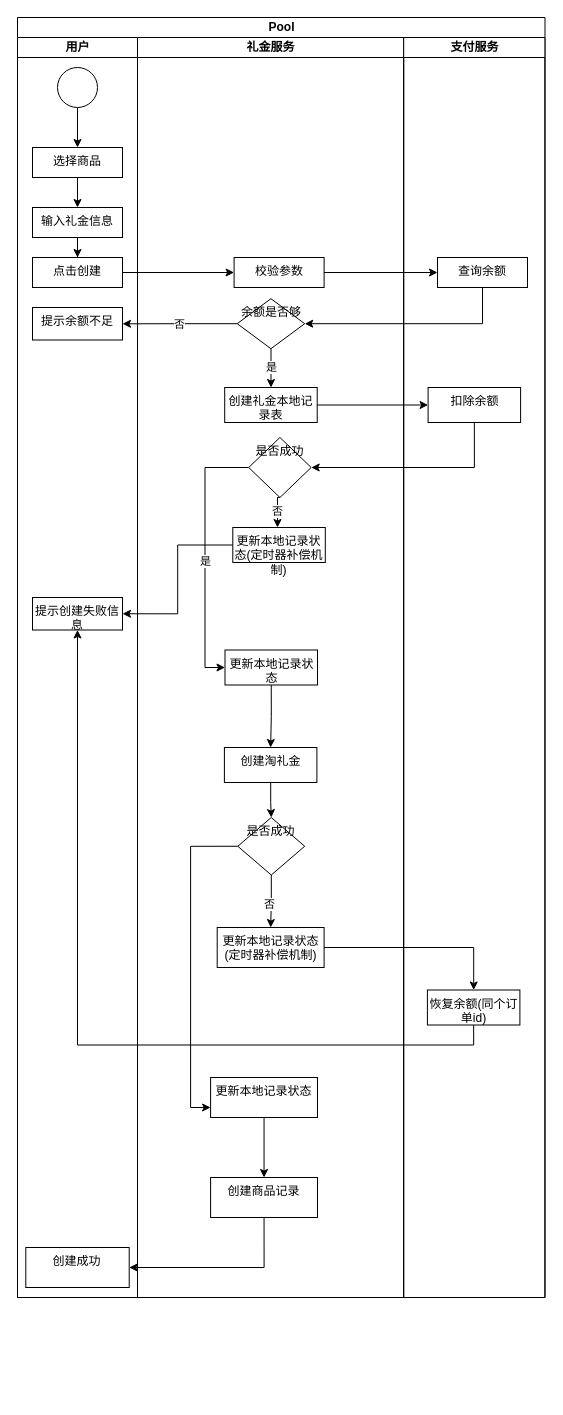
This is miyuan/礼金创建流程第二版.drawio from smallleaf/draw.io, a draw.io file, before an edit. Source tidied: cells renumbered, new cells numbered last; positions are measured from the earlier drawing's top-left corner, leaving out a move shared by most shapes. Both pictures are drawn from the tidied source at 100%, with x=0, y=0 at pixel (17, 17).
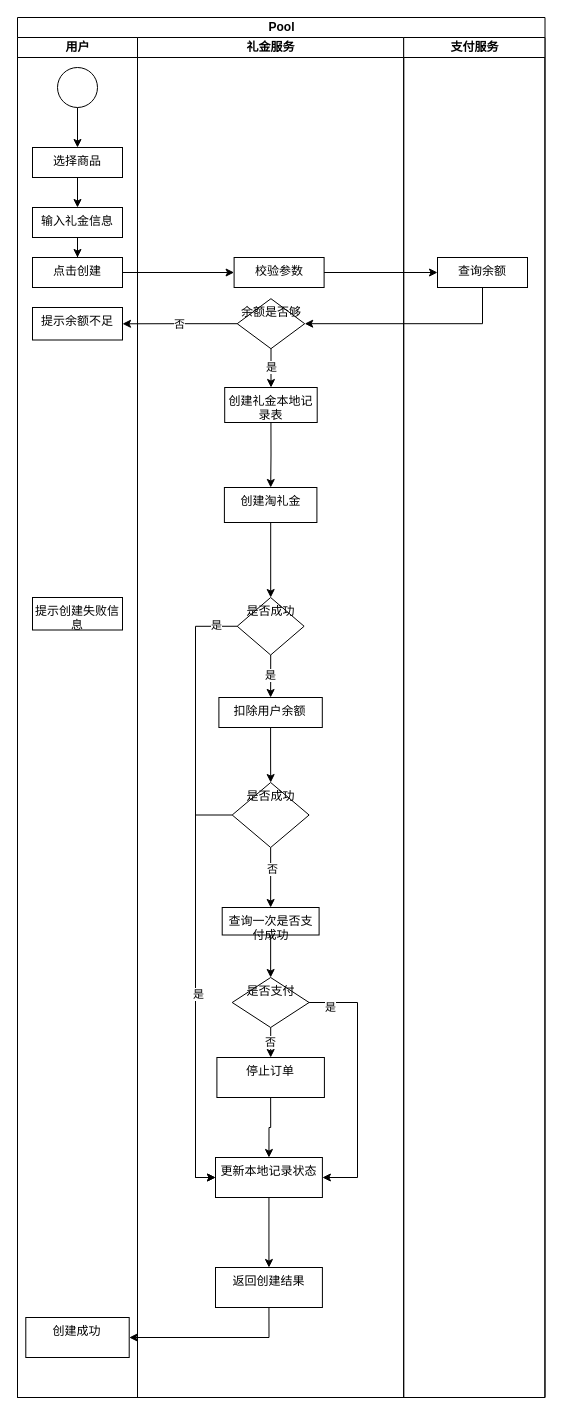
After the change.

Commit message:
更新礼金创建流程第二版.drawio

Unchanged cells that the change refers to:
```xml
<mxCell id="12" value="提示创建失败信息" style="whiteSpace=wrap;html=1;verticalAlign=top;" parent="3" vertex="1">
  <mxGeometry x="15" y="560" width="90" height="32.5" as="geometry" />
</mxCell>
<mxCell id="18" value="创建礼金本地记录表" style="whiteSpace=wrap;html=1;verticalAlign=top;" parent="14" vertex="1">
  <mxGeometry x="87.2" y="350" width="92.5" height="35" as="geometry" />
</mxCell>
```

Diff of the diagram source:
```diff
@@
     <mxCell id="2" value="Pool" style="swimlane;startSize=20;html=1;" parent="1" vertex="1">
-      <mxGeometry width="527.5" height="1280" as="geometry" />
+      <mxGeometry width="527.5" height="1380" as="geometry" />
     </mxCell>
     <mxCell id="3" value="用户" style="swimlane;startSize=20;html=1;" parent="2" vertex="1">
-      <mxGeometry y="20" width="120" height="1260" as="geometry" />
+      <mxGeometry y="20" width="120" height="1360" as="geometry" />
     </mxCell>
@@
     <mxCell id="13" value="创建成功" style="whiteSpace=wrap;html=1;verticalAlign=top;" parent="3" vertex="1">
-      <mxGeometry x="8.3" y="1210" width="103.4" height="40" as="geometry" />
+      <mxGeometry x="8.3" y="1280" width="103.4" height="40" as="geometry" />
     </mxCell>
     <mxCell id="14" value="礼金服务" style="swimlane;startSize=20;html=1;" parent="2" vertex="1">
-      <mxGeometry x="120" y="20" width="266.2" height="1260" as="geometry" />
+      <mxGeometry x="120" y="20" width="266.2" height="1360" as="geometry" />
     </mxCell>
@@
+    <mxCell id="51" style="edgeStyle=orthogonalEdgeStyle;rounded=0;jettySize=auto;html=1;exitX=0.5;exitY=1;exitDx=0;exitDy=0;" parent="14" edge="1" source="18" target="25">
+      <mxGeometry relative="1" as="geometry" />
+    </mxCell>
@@
-    <mxCell id="19" value="否" style="edgeStyle=orthogonalEdgeStyle;rounded=0;jettySize=auto;html=1;exitX=0.5;exitY=1;exitDx=0;exitDy=0;" parent="14" edge="1" source="22">
-      <mxGeometry relative="1" as="geometry">
-        <mxPoint x="140" y="490" as="targetPoint" />
-      </mxGeometry>
-    </mxCell>
-    <mxCell id="20" style="edgeStyle=orthogonalEdgeStyle;rounded=0;jettySize=auto;html=1;exitX=0;exitY=0.5;exitDx=0;exitDy=0;entryX=0;entryY=0.5;entryDx=0;entryDy=0;" parent="14" edge="1" source="22" target="35">
-      <mxGeometry relative="1" as="geometry" />
-    </mxCell>
-    <mxCell id="21" value="是" style="edgeLabel;html=1;align=center;verticalAlign=middle;" parent="20" vertex="1">
-      <mxGeometry x="0.04" relative="1" as="geometry" />
-    </mxCell>
-    <mxCell id="22" value="是否成功" style="rhombus;whiteSpace=wrap;html=1;verticalAlign=top;" parent="14" vertex="1">
-      <mxGeometry x="111.2" y="400" width="62.5" height="60" as="geometry" />
-    </mxCell>
-    <mxCell id="23" value="更新本地记录状态(定时器补偿机制)" style="whiteSpace=wrap;html=1;verticalAlign=top;" parent="14" vertex="1">
-      <mxGeometry x="95.3" y="490" width="92.5" height="35" as="geometry" />
-    </mxCell>
@@
     <mxCell id="25" value="创建淘礼金" style="whiteSpace=wrap;html=1;verticalAlign=top;" parent="14" vertex="1">
-      <mxGeometry x="86.9" y="710" width="92.5" height="35" as="geometry" />
+      <mxGeometry x="86.9" y="450" width="92.5" height="35" as="geometry" />
     </mxCell>
-    <mxCell id="26" style="edgeStyle=orthogonalEdgeStyle;rounded=0;jettySize=auto;html=1;" parent="14" edge="1" source="29" target="30">
-      <mxGeometry relative="1" as="geometry" />
-    </mxCell>
-    <mxCell id="27" value="否" style="edgeLabel;html=1;align=center;verticalAlign=middle;" parent="26" vertex="1">
-      <mxGeometry x="0.12" y="-2" relative="1" as="geometry" />
-    </mxCell>
+    <mxCell id="52" value="是" style="edgeStyle=orthogonalEdgeStyle;rounded=0;jettySize=auto;html=1;" parent="14" edge="1" source="29" target="55">
+      <mxGeometry relative="1" as="geometry" />
+    </mxCell>
-    <mxCell id="28" style="edgeStyle=orthogonalEdgeStyle;rounded=0;jettySize=auto;html=1;exitX=0;exitY=0.5;exitDx=0;exitDy=0;entryX=0;entryY=0.75;entryDx=0;entryDy=0;" parent="14" edge="1" source="29" target="32">
+    <mxCell id="28" style="edgeStyle=orthogonalEdgeStyle;rounded=0;jettySize=auto;html=1;exitX=0;exitY=0.5;exitDx=0;exitDy=0;entryX=0;entryY=0.5;entryDx=0;entryDy=0;" parent="14" edge="1" source="29" target="32">
       <mxGeometry relative="1" as="geometry" />
     </mxCell>
+    <mxCell id="53" value="是" style="edgeLabel;html=1;align=center;verticalAlign=middle;" parent="28" vertex="1">
+      <mxGeometry x="-0.93" y="-1" relative="1" as="geometry" />
+    </mxCell>
     <mxCell id="29" value="是否成功" style="rhombus;whiteSpace=wrap;html=1;verticalAlign=top;" parent="14" vertex="1">
-      <mxGeometry x="100.3" y="780" width="66.9" height="57.5" as="geometry" />
+      <mxGeometry x="99.7" y="560" width="66.9" height="57.5" as="geometry" />
     </mxCell>
-    <mxCell id="30" value="更新本地记录状态(定时器补偿机制)" style="whiteSpace=wrap;html=1;verticalAlign=top;" parent="14" vertex="1">
-      <mxGeometry x="79.7" y="890" width="106.9" height="40" as="geometry" />
-    </mxCell>
@@
     <mxCell id="32" value="更新本地记录状态" style="whiteSpace=wrap;html=1;verticalAlign=top;" parent="14" vertex="1">
-      <mxGeometry x="73.1" y="1040" width="106.9" height="40" as="geometry" />
+      <mxGeometry x="78" y="1120" width="106.9" height="40" as="geometry" />
     </mxCell>
-    <mxCell id="33" value="创建商品记录" style="whiteSpace=wrap;html=1;verticalAlign=top;" parent="14" vertex="1">
-      <mxGeometry x="73.1" y="1140" width="106.9" height="40" as="geometry" />
+    <mxCell id="33" value="返回创建结果" style="whiteSpace=wrap;html=1;verticalAlign=top;" parent="14" vertex="1">
+      <mxGeometry x="78" y="1230" width="106.9" height="40" as="geometry" />
     </mxCell>
-    <mxCell id="34" style="edgeStyle=orthogonalEdgeStyle;rounded=0;jettySize=auto;html=1;exitX=0.5;exitY=1;exitDx=0;exitDy=0;entryX=0.5;entryY=0;entryDx=0;entryDy=0;" parent="14" edge="1" source="35" target="25">
-      <mxGeometry relative="1" as="geometry" />
-    </mxCell>
-    <mxCell id="35" value="更新本地记录状态" style="whiteSpace=wrap;html=1;verticalAlign=top;" parent="14" vertex="1">
-      <mxGeometry x="87.5" y="612.5" width="92.5" height="35" as="geometry" />
-    </mxCell>
+    <mxCell id="54" style="edgeStyle=orthogonalEdgeStyle;rounded=0;jettySize=auto;html=1;" parent="14" edge="1" source="55" target="22">
+      <mxGeometry relative="1" as="geometry" />
+    </mxCell>
+    <mxCell id="55" value="扣除用户余额" style="whiteSpace=wrap;html=1;verticalAlign=top;" parent="14" vertex="1">
+      <mxGeometry x="81.4" y="660" width="103.4" height="30" as="geometry" />
+    </mxCell>
+    <mxCell id="56" style="edgeStyle=orthogonalEdgeStyle;rounded=0;jettySize=auto;html=1;" parent="14" edge="1" source="22" target="60">
+      <mxGeometry relative="1" as="geometry" />
+    </mxCell>
+    <mxCell id="27" value="否" style="edgeLabel;html=1;align=center;verticalAlign=middle;" parent="56" vertex="1">
+      <mxGeometry x="-0.31" y="1" relative="1" as="geometry" />
+    </mxCell>
+    <mxCell id="57" style="edgeStyle=orthogonalEdgeStyle;rounded=0;jettySize=auto;html=1;exitX=0;exitY=0.5;exitDx=0;exitDy=0;entryX=0;entryY=0.5;entryDx=0;entryDy=0;" parent="14" edge="1" source="22" target="32">
+      <mxGeometry relative="1" as="geometry" />
+    </mxCell>
+    <mxCell id="58" value="是" style="edgeLabel;html=1;align=center;verticalAlign=middle;" parent="57" vertex="1">
+      <mxGeometry x="0.03" y="2" relative="1" as="geometry" />
+    </mxCell>
+    <mxCell id="22" value="是否成功" style="rhombus;whiteSpace=wrap;html=1;verticalAlign=top;" parent="14" vertex="1">
+      <mxGeometry x="94.7" y="745" width="76.9" height="65" as="geometry" />
+    </mxCell>
+    <mxCell id="59" style="edgeStyle=orthogonalEdgeStyle;rounded=0;jettySize=auto;html=1;" parent="14" edge="1" source="60" target="63">
+      <mxGeometry relative="1" as="geometry" />
+    </mxCell>
+    <mxCell id="60" value="查询一次是否支付成功" style="whiteSpace=wrap;html=1;verticalAlign=top;" parent="14" vertex="1">
+      <mxGeometry x="84.7" y="870" width="96.9" height="27.5" as="geometry" />
+    </mxCell>
+    <mxCell id="19" value="否" style="edgeStyle=orthogonalEdgeStyle;rounded=0;jettySize=auto;html=1;" parent="14" edge="1" source="63" target="65">
+      <mxGeometry relative="1" as="geometry" />
+    </mxCell>
+    <mxCell id="61" style="edgeStyle=orthogonalEdgeStyle;rounded=0;jettySize=auto;html=1;exitX=1;exitY=0.5;exitDx=0;exitDy=0;entryX=1;entryY=0.5;entryDx=0;entryDy=0;" parent="14" edge="1" source="63" target="32">
+      <mxGeometry relative="1" as="geometry">
+        <Array as="points">
+          <mxPoint x="220" y="965" />
+          <mxPoint x="220" y="1140" />
+        </Array>
+      </mxGeometry>
+    </mxCell>
+    <mxCell id="62" value="是" style="edgeLabel;html=1;align=center;verticalAlign=middle;" parent="61" vertex="1">
+      <mxGeometry x="-0.84" y="-4" relative="1" as="geometry" />
+    </mxCell>
+    <mxCell id="63" value="是否支付" style="rhombus;whiteSpace=wrap;html=1;verticalAlign=top;" parent="14" vertex="1">
+      <mxGeometry x="94.7" y="940" width="76.9" height="50" as="geometry" />
+    </mxCell>
+    <mxCell id="64" style="edgeStyle=orthogonalEdgeStyle;rounded=0;jettySize=auto;html=1;exitX=0.5;exitY=1;exitDx=0;exitDy=0;entryX=0.5;entryY=0;entryDx=0;entryDy=0;" parent="14" edge="1" source="65" target="32">
+      <mxGeometry relative="1" as="geometry" />
+    </mxCell>
+    <mxCell id="65" value="停止订单" style="whiteSpace=wrap;html=1;verticalAlign=top;" parent="14" vertex="1">
+      <mxGeometry x="79.4" y="1020" width="107.5" height="40" as="geometry" />
+    </mxCell>
     <mxCell id="36" value="支付服务" style="swimlane;startSize=20;html=1;" parent="2" vertex="1">
-      <mxGeometry x="386.2" y="20" width="141.2" height="1260" as="geometry" />
+      <mxGeometry x="386.2" y="20" width="141.2" height="1360" as="geometry" />
     </mxCell>
@@
-    <mxCell id="38" value="扣除余额" style="whiteSpace=wrap;html=1;verticalAlign=top;" parent="36" vertex="1">
-      <mxGeometry x="24.4" y="350" width="92.5" height="35" as="geometry" />
-    </mxCell>
-    <mxCell id="39" value="恢复余额(同个订单id)" style="whiteSpace=wrap;html=1;verticalAlign=top;" parent="36" vertex="1">
-      <mxGeometry x="23.7" y="952.5" width="92.5" height="35" as="geometry" />
-    </mxCell>
@@
-    <mxCell id="45" style="edgeStyle=orthogonalEdgeStyle;rounded=0;jettySize=auto;html=1;" parent="2" edge="1" source="18" target="38">
-      <mxGeometry relative="1" as="geometry" />
-    </mxCell>
-    <mxCell id="46" style="edgeStyle=orthogonalEdgeStyle;rounded=0;jettySize=auto;html=1;exitX=0.5;exitY=1;exitDx=0;exitDy=0;entryX=1;entryY=0.5;entryDx=0;entryDy=0;" parent="2" edge="1" source="38" target="22">
-      <mxGeometry relative="1" as="geometry" />
-    </mxCell>
-    <mxCell id="47" style="edgeStyle=orthogonalEdgeStyle;rounded=0;jettySize=auto;html=1;exitX=1;exitY=0.5;exitDx=0;exitDy=0;" parent="2" edge="1" source="30" target="39">
-      <mxGeometry relative="1" as="geometry" />
-    </mxCell>
@@
-    <mxCell id="49" style="edgeStyle=orthogonalEdgeStyle;rounded=0;jettySize=auto;html=1;exitX=0.5;exitY=1;exitDx=0;exitDy=0;entryX=0.5;entryY=1;entryDx=0;entryDy=0;" parent="2" edge="1" source="39" target="12">
-      <mxGeometry relative="1" as="geometry" />
-    </mxCell>
-    <mxCell id="50" style="edgeStyle=orthogonalEdgeStyle;rounded=0;jettySize=auto;html=1;entryX=1;entryY=0.5;entryDx=0;entryDy=0;" parent="2" edge="1" source="23" target="12">
-      <mxGeometry relative="1" as="geometry" />
-    </mxCell>
```
